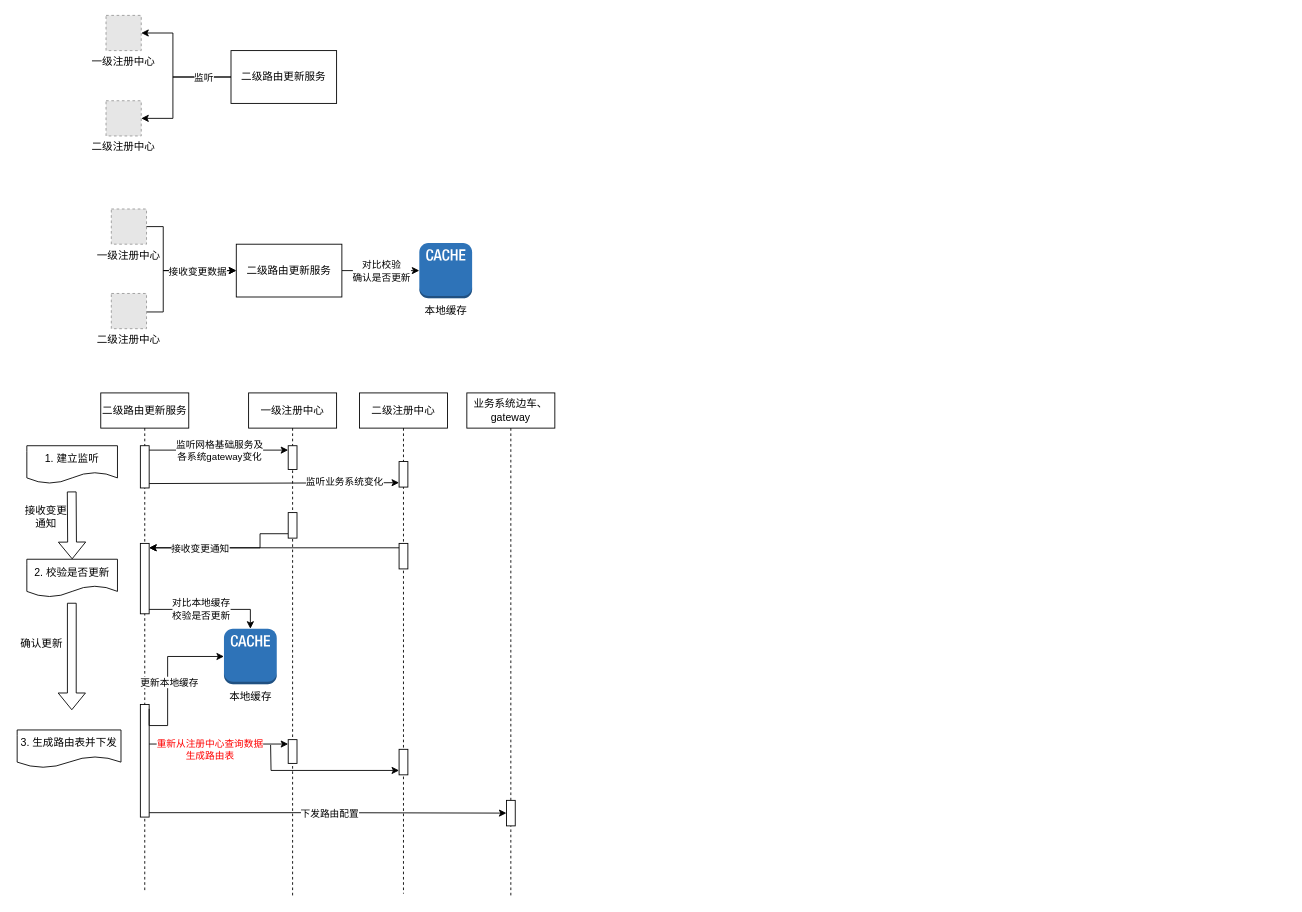
The draw.io diagram 二级xds与中央consul解耦.drawio in pbxnn/draw, before the edit. Source tidied: cells renumbered, new cells numbered last; positions are measured from the earlier drawing's top-left corner, leaving out a move shared by most shapes. Both pictures are drawn from the tidied source at 88%, with x=0, y=0 at pixel (15, 15). Pictures stored in the file or linked from it are replaced by grey dashed boxes.
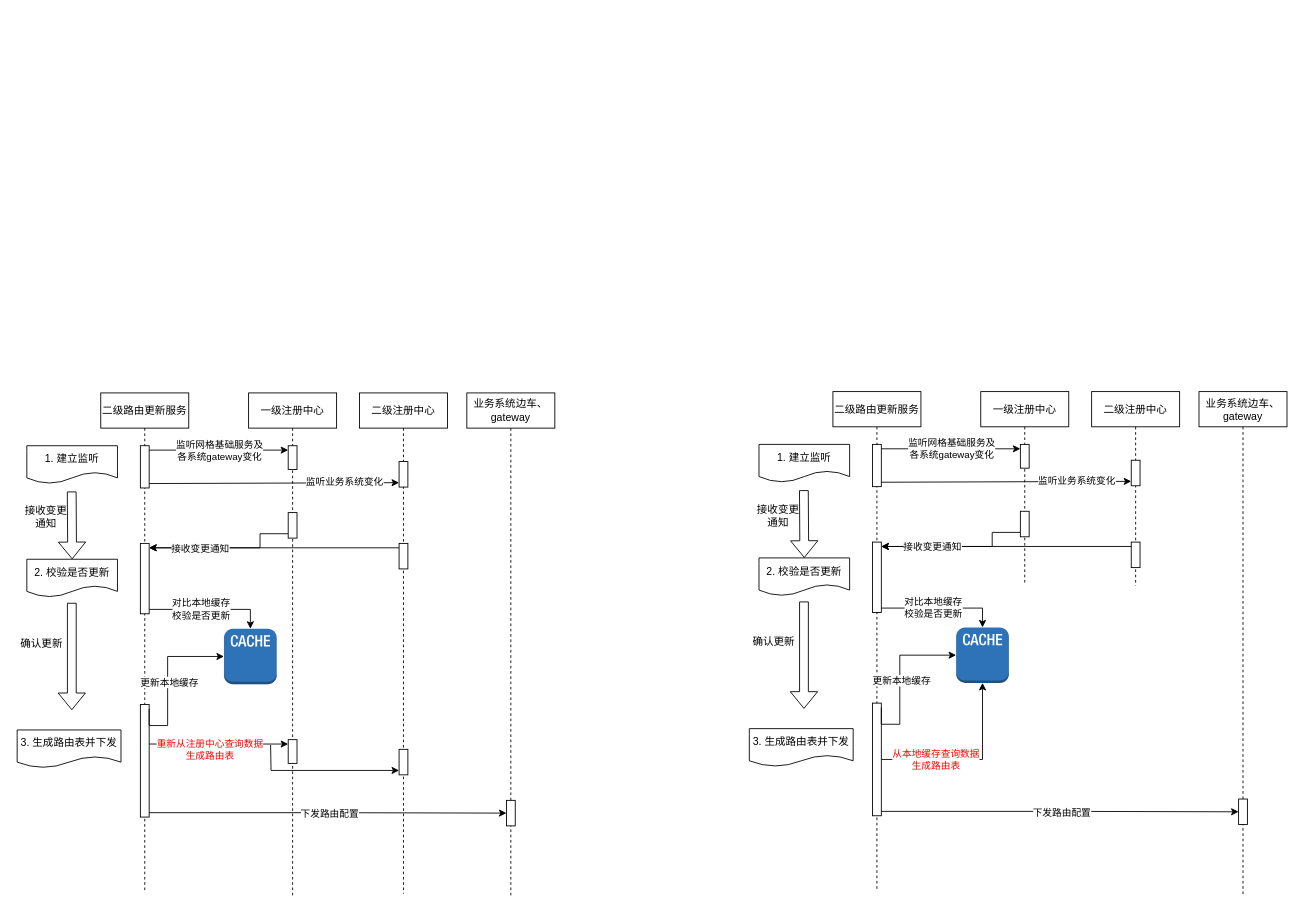
The same diagram, later.

Commit message (it also covers changes not shown here):
更新二级xds与中央consul解耦.drawio

What changed in the source:
```diff
@@
-    <mxCell id="3" style="group;" parent="1" vertex="1">
-      <mxGeometry x="86" width="74" height="68" as="geometry" />
-    </mxCell>
-    <mxCell id="4" style="fillColor=#E6E6E6;strokeColor=#999999;dashed=1;verticalLabelPosition=bottom;labelBackgroundColor=default;verticalAlign=top;" parent="3" vertex="1">
-      <mxGeometry x="17" width="40" height="40" as="geometry" />
-    </mxCell>
-    <mxCell id="5" value="一级注册中心" style="text;html=1;whiteSpace=wrap;strokeColor=none;fillColor=none;align=center;verticalAlign=middle;rounded=0;" parent="3" vertex="1">
-      <mxGeometry y="38" width="74" height="30" as="geometry" />
-    </mxCell>
-    <mxCell id="6" style="edgeStyle=orthogonalEdgeStyle;rounded=0;jettySize=auto;html=1;exitX=0;exitY=0.5;exitDx=0;exitDy=0;entryX=1;entryY=0.5;entryDx=0;entryDy=0;" parent="1" edge="1" source="9" target="4">
-      <mxGeometry relative="1" as="geometry">
-        <Array as="points">
-          <mxPoint x="179" y="70" />
-          <mxPoint x="179" y="20" />
-        </Array>
-      </mxGeometry>
-    </mxCell>
-    <mxCell id="7" style="edgeStyle=orthogonalEdgeStyle;rounded=0;jettySize=auto;html=1;exitX=0;exitY=0.5;exitDx=0;exitDy=0;" parent="1" edge="1" source="9" target="11">
-      <mxGeometry relative="1" as="geometry">
-        <Array as="points">
-          <mxPoint x="179" y="70" />
-          <mxPoint x="179" y="117" />
-        </Array>
-      </mxGeometry>
-    </mxCell>
-    <mxCell id="8" value="监听" style="edgeLabel;html=1;align=center;verticalAlign=middle;" parent="7" vertex="1">
-      <mxGeometry x="-0.57" relative="1" as="geometry" />
-    </mxCell>
-    <mxCell id="9" value="二级路由更新服务" style="rounded=0;whiteSpace=wrap;html=1;" parent="1" vertex="1">
-      <mxGeometry x="245" y="40" width="120" height="60" as="geometry" />
-    </mxCell>
-    <mxCell id="10" style="group;" parent="1" vertex="1">
-      <mxGeometry x="86" y="97" width="74" height="68" as="geometry" />
-    </mxCell>
-    <mxCell id="11" style="fillColor=#E6E6E6;strokeColor=#999999;dashed=1;verticalLabelPosition=bottom;labelBackgroundColor=default;verticalAlign=top;" parent="10" vertex="1">
-      <mxGeometry x="17" width="40" height="40" as="geometry" />
-    </mxCell>
-    <mxCell id="12" value="二级注册中心" style="text;html=1;whiteSpace=wrap;strokeColor=none;fillColor=none;align=center;verticalAlign=middle;rounded=0;" parent="10" vertex="1">
-      <mxGeometry y="38" width="74" height="30" as="geometry" />
-    </mxCell>
-    <mxCell id="13" style="group;" parent="1" vertex="1">
-      <mxGeometry x="92" y="220" width="74" height="68" as="geometry" />
-    </mxCell>
-    <mxCell id="14" style="fillColor=#E6E6E6;strokeColor=#999999;dashed=1;verticalLabelPosition=bottom;labelBackgroundColor=default;verticalAlign=top;" parent="13" vertex="1">
-      <mxGeometry x="17" width="40" height="40" as="geometry" />
-    </mxCell>
-    <mxCell id="15" value="一级注册中心" style="text;html=1;whiteSpace=wrap;strokeColor=none;fillColor=none;align=center;verticalAlign=middle;rounded=0;" parent="13" vertex="1">
-      <mxGeometry y="38" width="74" height="30" as="geometry" />
-    </mxCell>
-    <mxCell id="16" style="edgeStyle=orthogonalEdgeStyle;rounded=0;jettySize=auto;html=1;exitX=0;exitY=0.5;exitDx=0;exitDy=0;entryX=1;entryY=0.5;entryDx=0;entryDy=0;startArrow=classic;startFill=1;endArrow=none;endFill=0;" parent="1" edge="1" source="21" target="14">
-      <mxGeometry relative="1" as="geometry">
-        <Array as="points">
-          <mxPoint x="168" y="290" />
-          <mxPoint x="168" y="240" />
-        </Array>
-      </mxGeometry>
-    </mxCell>
-    <mxCell id="17" style="edgeStyle=orthogonalEdgeStyle;rounded=0;jettySize=auto;html=1;exitX=0;exitY=0.5;exitDx=0;exitDy=0;startArrow=classic;startFill=1;endArrow=none;endFill=0;" parent="1" edge="1" source="21" target="23">
-      <mxGeometry relative="1" as="geometry">
-        <Array as="points">
-          <mxPoint x="168" y="290" />
-          <mxPoint x="168" y="337" />
-        </Array>
-      </mxGeometry>
-    </mxCell>
-    <mxCell id="18" value="接收变更数据" style="edgeLabel;html=1;align=center;verticalAlign=middle;" parent="17" vertex="1">
-      <mxGeometry x="-0.57" relative="1" as="geometry">
-        <mxPoint x="-13" as="offset" />
-      </mxGeometry>
-    </mxCell>
-    <mxCell id="19" style="edgeStyle=orthogonalEdgeStyle;rounded=0;jettySize=auto;html=1;entryX=0;entryY=0.5;entryDx=0;entryDy=0;entryPerimeter=0;" parent="1" edge="1" source="21" target="25">
-      <mxGeometry relative="1" as="geometry" />
-    </mxCell>
-    <mxCell id="20" value="对比校验&lt;div&gt;确认是否更新&lt;/div&gt;" style="edgeLabel;html=1;align=center;verticalAlign=middle;" parent="19" vertex="1">
-      <mxGeometry relative="1" as="geometry" />
-    </mxCell>
-    <mxCell id="21" value="二级路由更新服务" style="rounded=0;whiteSpace=wrap;html=1;" parent="1" vertex="1">
-      <mxGeometry x="251" y="260" width="120" height="60" as="geometry" />
-    </mxCell>
-    <mxCell id="22" style="group;" parent="1" vertex="1">
-      <mxGeometry x="92" y="316" width="74" height="68" as="geometry" />
-    </mxCell>
-    <mxCell id="23" style="fillColor=#E6E6E6;strokeColor=#999999;dashed=1;verticalLabelPosition=bottom;labelBackgroundColor=default;verticalAlign=top;" parent="22" vertex="1">
-      <mxGeometry x="17" width="40" height="40" as="geometry" />
-    </mxCell>
-    <mxCell id="24" value="二级注册中心" style="text;html=1;whiteSpace=wrap;strokeColor=none;fillColor=none;align=center;verticalAlign=middle;rounded=0;" parent="22" vertex="1">
-      <mxGeometry y="38" width="74" height="30" as="geometry" />
-    </mxCell>
-    <mxCell id="25" value="本地缓存" style="outlineConnect=0;dashed=0;verticalLabelPosition=bottom;verticalAlign=top;align=center;html=1;shape=mxgraph.aws3.cache_node;fillColor=#2E73B8;gradientColor=none;" parent="1" vertex="1">
-      <mxGeometry x="459" y="258.5" width="60" height="63" as="geometry" />
-    </mxCell>
@@
-    <mxCell id="46" value="&lt;span style=&quot;background-color: transparent; color: light-dark(rgb(0, 0, 0), rgb(255, 255, 255));&quot;&gt;本地缓存&lt;/span&gt;" style="outlineConnect=0;dashed=0;verticalLabelPosition=bottom;verticalAlign=top;align=center;html=1;shape=mxgraph.aws3.cache_node;fillColor=#2E73B8;gradientColor=none;" parent="1" vertex="1">
+    <mxCell id="46" style="outlineConnect=0;dashed=0;verticalLabelPosition=bottom;verticalAlign=top;align=center;html=1;shape=mxgraph.aws3.cache_node;fillColor=#2E73B8;gradientColor=none;" parent="1" vertex="1">
       <mxGeometry x="237" y="697" width="60" height="63" as="geometry" />
     </mxCell>
@@
+    <mxCell id="63" style="edgeStyle=orthogonalEdgeStyle;rounded=0;jettySize=auto;html=1;curved=0;exitX=0;exitY=1;exitDx=0;exitDy=-5;exitPerimeter=0;entryX=1;entryY=0;entryDx=0;entryDy=5;entryPerimeter=0;" parent="1" edge="1" source="70" target="66">
+      <mxGeometry relative="1" as="geometry">
+        <Array as="points">
+          <mxPoint x="1110" y="587.5" />
+          <mxPoint x="1110" y="603.5" />
+        </Array>
+      </mxGeometry>
+    </mxCell>
+    <mxCell id="64" value="二级路由更新服务" style="shape=umlLifeline;perimeter=lifelinePerimeter;whiteSpace=wrap;html=1;newEdgeStyle={&quot;curved&quot;:0,&quot;rounded&quot;:0};" parent="1" vertex="1">
+      <mxGeometry x="929" y="427.5" width="100" height="565" as="geometry" />
+    </mxCell>
+    <mxCell id="65" style="html=1;points=[[0,0,0,0,5],[0,1,0,0,-5],[1,0,0,0,5],[1,1,0,0,-5]];perimeter=orthogonalPerimeter;outlineConnect=0;targetShapes=umlLifeline;portConstraint=eastwest;newEdgeStyle={&quot;curved&quot;:0,&quot;rounded&quot;:0};" parent="64" vertex="1">
+      <mxGeometry x="45" y="60" width="10" height="48" as="geometry" />
+    </mxCell>
+    <mxCell id="66" style="html=1;points=[[0,0,0,0,5],[0,1,0,0,-5],[1,0,0,0,5],[1,1,0,0,-5]];perimeter=orthogonalPerimeter;outlineConnect=0;targetShapes=umlLifeline;portConstraint=eastwest;newEdgeStyle={&quot;curved&quot;:0,&quot;rounded&quot;:0};" parent="64" vertex="1">
+      <mxGeometry x="45" y="171" width="10" height="80" as="geometry" />
+    </mxCell>
+    <mxCell id="67" style="html=1;points=[[0,0,0,0,5],[0,1,0,0,-5],[1,0,0,0,5],[1,1,0,0,-5]];perimeter=orthogonalPerimeter;outlineConnect=0;targetShapes=umlLifeline;portConstraint=eastwest;newEdgeStyle={&quot;curved&quot;:0,&quot;rounded&quot;:0};" parent="64" vertex="1">
+      <mxGeometry x="45" y="354" width="10" height="128" as="geometry" />
+    </mxCell>
+    <mxCell id="68" value="一级注册中心" style="shape=umlLifeline;perimeter=lifelinePerimeter;whiteSpace=wrap;html=1;newEdgeStyle={&quot;curved&quot;:0,&quot;rounded&quot;:0};" parent="1" vertex="1">
+      <mxGeometry x="1097" y="427.5" width="100" height="217.5" as="geometry" />
+    </mxCell>
+    <mxCell id="69" style="html=1;points=[[0,0,0,0,5],[0,1,0,0,-5],[1,0,0,0,5],[1,1,0,0,-5]];perimeter=orthogonalPerimeter;outlineConnect=0;targetShapes=umlLifeline;portConstraint=eastwest;newEdgeStyle={&quot;curved&quot;:0,&quot;rounded&quot;:0};" parent="68" vertex="1">
+      <mxGeometry x="45" y="60" width="10" height="27" as="geometry" />
+    </mxCell>
+    <mxCell id="70" style="html=1;points=[[0,0,0,0,5],[0,1,0,0,-5],[1,0,0,0,5],[1,1,0,0,-5]];perimeter=orthogonalPerimeter;outlineConnect=0;targetShapes=umlLifeline;portConstraint=eastwest;newEdgeStyle={&quot;curved&quot;:0,&quot;rounded&quot;:0};" parent="68" vertex="1">
+      <mxGeometry x="45" y="136" width="10" height="29" as="geometry" />
+    </mxCell>
+    <mxCell id="71" value="二级注册中心" style="shape=umlLifeline;perimeter=lifelinePerimeter;whiteSpace=wrap;html=1;newEdgeStyle={&quot;curved&quot;:0,&quot;rounded&quot;:0};" parent="1" vertex="1">
+      <mxGeometry x="1223" y="427.5" width="100" height="220.5" as="geometry" />
+    </mxCell>
+    <mxCell id="72" style="html=1;points=[[0,0,0,0,5],[0,1,0,0,-5],[1,0,0,0,5],[1,1,0,0,-5]];perimeter=orthogonalPerimeter;outlineConnect=0;targetShapes=umlLifeline;portConstraint=eastwest;newEdgeStyle={&quot;curved&quot;:0,&quot;rounded&quot;:0};" parent="71" vertex="1">
+      <mxGeometry x="45" y="78" width="10" height="29" as="geometry" />
+    </mxCell>
+    <mxCell id="73" style="html=1;points=[[0,0,0,0,5],[0,1,0,0,-5],[1,0,0,0,5],[1,1,0,0,-5]];perimeter=orthogonalPerimeter;outlineConnect=0;targetShapes=umlLifeline;portConstraint=eastwest;newEdgeStyle={&quot;curved&quot;:0,&quot;rounded&quot;:0};" parent="71" vertex="1">
+      <mxGeometry x="45" y="171" width="10" height="29" as="geometry" />
+    </mxCell>
+    <mxCell id="74" value="业务系统边车、gateway" style="shape=umlLifeline;perimeter=lifelinePerimeter;whiteSpace=wrap;html=1;newEdgeStyle={&quot;curved&quot;:0,&quot;rounded&quot;:0};" parent="1" vertex="1">
+      <mxGeometry x="1345" y="427.5" width="100" height="572" as="geometry" />
+    </mxCell>
+    <mxCell id="75" style="html=1;points=[[0,0,0,0,5],[0,1,0,0,-5],[1,0,0,0,5],[1,1,0,0,-5]];perimeter=orthogonalPerimeter;outlineConnect=0;targetShapes=umlLifeline;portConstraint=eastwest;newEdgeStyle={&quot;curved&quot;:0,&quot;rounded&quot;:0};" parent="74" vertex="1">
+      <mxGeometry x="45" y="463" width="10" height="29" as="geometry" />
+    </mxCell>
+    <mxCell id="76" style="endArrow=classic;html=1;rounded=0;exitX=1;exitY=0;exitDx=0;exitDy=5;exitPerimeter=0;entryX=0;entryY=0;entryDx=0;entryDy=5;entryPerimeter=0;" parent="1" edge="1" source="65" target="69">
+      <mxGeometry relative="1" as="geometry" />
+    </mxCell>
+    <mxCell id="77" value="监听网格基础服务及&lt;div&gt;各系统gateway变化&lt;/div&gt;" style="edgeLabel;html=1;align=center;verticalAlign=middle;" parent="76" vertex="1">
+      <mxGeometry relative="1" as="geometry" />
+    </mxCell>
+    <mxCell id="78" style="endArrow=classic;html=1;rounded=0;entryX=0;entryY=1;entryDx=0;entryDy=-5;entryPerimeter=0;exitX=1;exitY=1;exitDx=0;exitDy=-5;exitPerimeter=0;" parent="1" edge="1" source="65" target="72">
+      <mxGeometry relative="1" as="geometry" />
+    </mxCell>
+    <mxCell id="79" value="监听业务系统变化" style="edgeLabel;html=1;align=center;verticalAlign=middle;" parent="78" vertex="1">
+      <mxGeometry x="-0.53" y="1" relative="1" as="geometry">
+        <mxPoint x="155" y="-1" as="offset" />
+      </mxGeometry>
+    </mxCell>
+    <mxCell id="80" value="1. 建立监听" style="shape=document;whiteSpace=wrap;html=1;boundedLbl=1;" parent="1" vertex="1">
+      <mxGeometry x="845" y="487.5" width="103" height="43" as="geometry" />
+    </mxCell>
+    <mxCell id="81" value="&lt;span style=&quot;background-color: transparent; color: light-dark(rgb(0, 0, 0), rgb(255, 255, 255));&quot;&gt;2. 校验是否更新&lt;/span&gt;" style="shape=document;whiteSpace=wrap;html=1;boundedLbl=1;" parent="1" vertex="1">
+      <mxGeometry x="845" y="616.5" width="103" height="43" as="geometry" />
+    </mxCell>
+    <mxCell id="82" style="outlineConnect=0;dashed=0;verticalLabelPosition=bottom;verticalAlign=top;align=center;html=1;shape=mxgraph.aws3.cache_node;fillColor=#2E73B8;gradientColor=none;" parent="1" vertex="1">
+      <mxGeometry x="1069" y="695.5" width="60" height="63" as="geometry" />
+    </mxCell>
+    <mxCell id="83" style="shape=flexArrow;endArrow=classic;html=1;rounded=0;entryX=0.5;entryY=0;entryDx=0;entryDy=0;" parent="1" edge="1" target="81">
+      <mxGeometry relative="1" as="geometry">
+        <mxPoint x="896" y="539.5" as="sourcePoint" />
+      </mxGeometry>
+    </mxCell>
+    <mxCell id="84" style="edgeStyle=orthogonalEdgeStyle;rounded=0;jettySize=auto;html=1;curved=0;exitX=0;exitY=0;exitDx=0;exitDy=5;exitPerimeter=0;entryX=1;entryY=0;entryDx=0;entryDy=5;entryPerimeter=0;" parent="1" edge="1" source="73" target="66">
+      <mxGeometry relative="1" as="geometry" />
+    </mxCell>
+    <mxCell id="85" value="接收变更通知" style="edgeLabel;html=1;align=center;verticalAlign=middle;" parent="84" vertex="1">
+      <mxGeometry x="0.6" relative="1" as="geometry" />
+    </mxCell>
+    <mxCell id="86" style="edgeStyle=orthogonalEdgeStyle;rounded=0;jettySize=auto;html=1;curved=0;exitX=1;exitY=1;exitDx=0;exitDy=-5;exitPerimeter=0;" parent="1" edge="1" source="66" target="82">
+      <mxGeometry relative="1" as="geometry" />
+    </mxCell>
+    <mxCell id="87" value="对比本地缓存&lt;div&gt;校验&lt;span style=&quot;background-color: light-dark(#ffffff, var(--ge-dark-color, #121212)); color: light-dark(rgb(0, 0, 0), rgb(255, 255, 255));&quot;&gt;是否更新&lt;/span&gt;&lt;/div&gt;" style="edgeLabel;html=1;align=center;verticalAlign=middle;" parent="86" vertex="1">
+      <mxGeometry x="-0.15" y="1" relative="1" as="geometry" />
+    </mxCell>
+    <mxCell id="88" value="3. 生成路由表并下发" style="shape=document;whiteSpace=wrap;html=1;boundedLbl=1;" parent="1" vertex="1">
+      <mxGeometry x="834" y="810.5" width="118" height="43" as="geometry" />
+    </mxCell>
+    <mxCell id="89" style="edgeStyle=orthogonalEdgeStyle;rounded=0;jettySize=auto;html=1;curved=0;exitX=1;exitY=0;exitDx=0;exitDy=5;exitPerimeter=0;entryX=0;entryY=0.5;entryDx=0;entryDy=0;entryPerimeter=0;" parent="1" edge="1" source="67" target="82">
+      <mxGeometry relative="1" as="geometry">
+        <Array as="points">
+          <mxPoint x="1005" y="805.5" />
+          <mxPoint x="1005" y="727.5" />
+        </Array>
+      </mxGeometry>
+    </mxCell>
+    <mxCell id="90" value="更新本地缓存" style="edgeLabel;html=1;align=center;verticalAlign=middle;" parent="89" vertex="1">
+      <mxGeometry x="-0.01" y="-1" relative="1" as="geometry" />
+    </mxCell>
+    <mxCell id="91" value="接收变更通知" style="text;html=1;whiteSpace=wrap;strokeColor=none;fillColor=none;align=center;verticalAlign=middle;rounded=0;" parent="1" vertex="1">
+      <mxGeometry x="837" y="553.5" width="60" height="30" as="geometry" />
+    </mxCell>
+    <mxCell id="92" style="shape=flexArrow;endArrow=classic;html=1;rounded=0;" parent="1" edge="1">
+      <mxGeometry relative="1" as="geometry">
+        <mxPoint x="896.1" y="666" as="sourcePoint" />
+        <mxPoint x="896.1" y="788" as="targetPoint" />
+      </mxGeometry>
+    </mxCell>
+    <mxCell id="93" value="确认更新" style="text;html=1;whiteSpace=wrap;strokeColor=none;fillColor=none;align=center;verticalAlign=middle;rounded=0;" parent="1" vertex="1">
+      <mxGeometry x="832" y="697" width="60" height="30" as="geometry" />
+    </mxCell>
+    <mxCell id="94" style="endArrow=classic;html=1;rounded=0;entryX=0.5;entryY=1;entryDx=0;entryDy=0;entryPerimeter=0;edgeStyle=orthogonalEdgeStyle;" parent="1" edge="1" source="67" target="82">
+      <mxGeometry relative="1" as="geometry" />
+    </mxCell>
+    <mxCell id="95" value="从本地缓存查询数据&lt;div&gt;生成路由表&lt;/div&gt;" style="edgeLabel;html=1;align=center;verticalAlign=middle;fontColor=#FF0000;" parent="94" vertex="1">
+      <mxGeometry x="-0.34" y="-1" relative="1" as="geometry">
+        <mxPoint x="-6" y="-1" as="offset" />
+      </mxGeometry>
+    </mxCell>
+    <mxCell id="96" style="edgeStyle=orthogonalEdgeStyle;rounded=0;jettySize=auto;html=1;curved=0;exitX=1;exitY=1;exitDx=0;exitDy=-5;exitPerimeter=0;" parent="1" edge="1" source="67" target="75">
+      <mxGeometry relative="1" as="geometry" />
+    </mxCell>
+    <mxCell id="97" value="下发路由配置" style="edgeLabel;html=1;align=center;verticalAlign=middle;" parent="96" vertex="1">
+      <mxGeometry x="0.01" relative="1" as="geometry" />
+    </mxCell>
```
